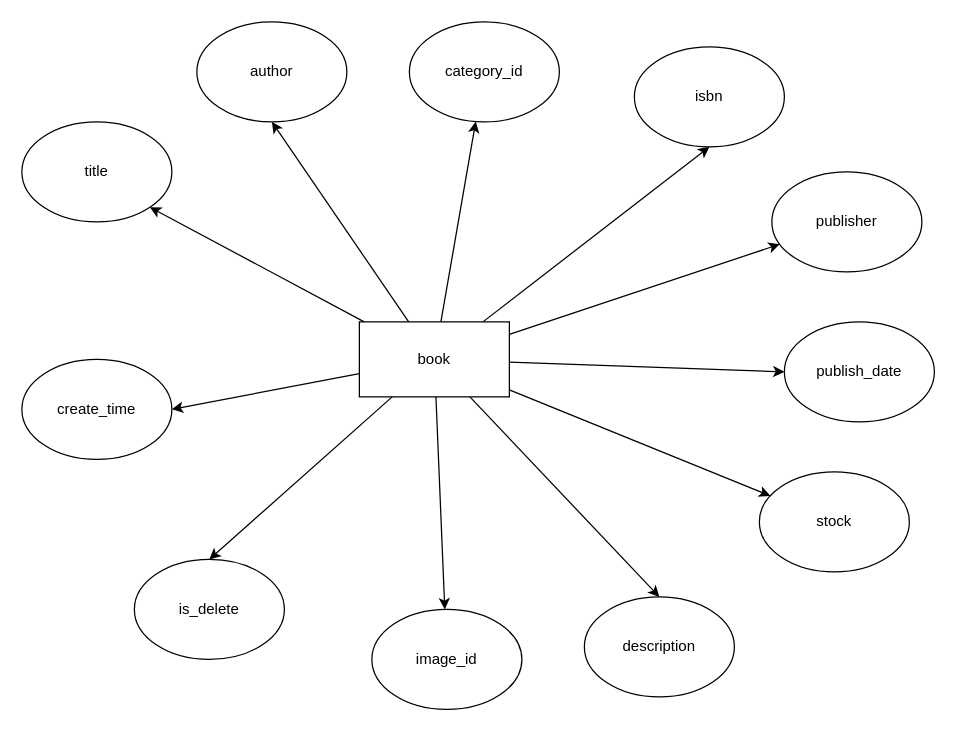
Before: database/book.drawio in xiaohei7529/bms, a draw.io diagram. Source tidied: cells renumbered, new cells numbered last; positions are measured from the earlier drawing's top-left corner, leaving out a move shared by most shapes. Both pictures are drawn from the tidied source at 125%, with x=0, y=0 at pixel (21, 21).
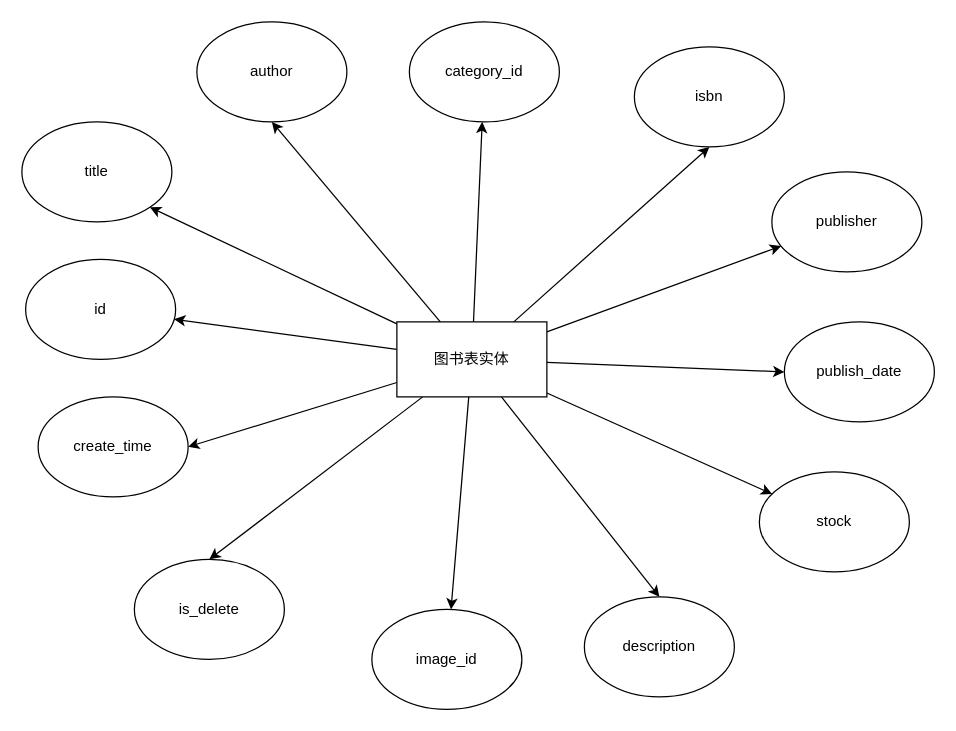
The same diagram, later.

Change to the diagram source:
```diff
@@
+    <mxCell id="25" style="edgeStyle=none;html=1;" parent="1" edge="1" source="12" target="26">
+      <mxGeometry relative="1" as="geometry" />
+    </mxCell>
-    <mxCell id="12" value="book" style="rounded=0;whiteSpace=wrap;html=1;" parent="1" vertex="1">
-      <mxGeometry x="270" y="240" width="120" height="60" as="geometry" />
+    <mxCell id="12" value="图书表实体" style="rounded=0;whiteSpace=wrap;html=1;" parent="1" vertex="1">
+      <mxGeometry x="300" y="240" width="120" height="60" as="geometry" />
     </mxCell>
@@
     <mxCell id="23" value="create_time" style="ellipse;whiteSpace=wrap;html=1;" parent="1" vertex="1">
-      <mxGeometry y="270" width="120" height="80" as="geometry" />
+      <mxGeometry x="13" y="300" width="120" height="80" as="geometry" />
     </mxCell>
@@
+    <mxCell id="26" value="id" style="ellipse;whiteSpace=wrap;html=1;" parent="1" vertex="1">
+      <mxGeometry x="3" y="190" width="120" height="80" as="geometry" />
+    </mxCell>
```
